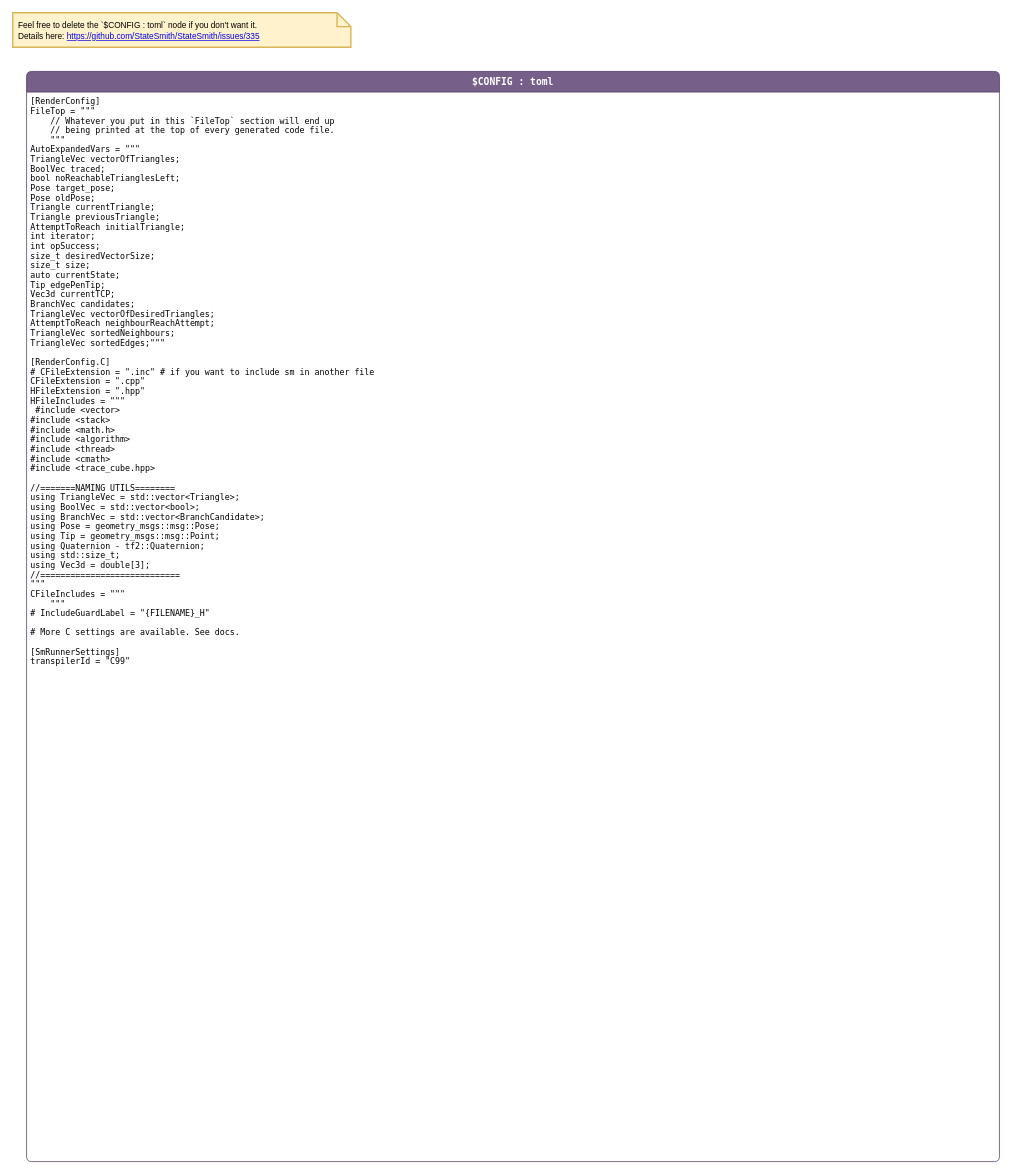
Above: page "config" (2 of 3) of stateMachineIKU/tracingStateMachine.drawio in shauryachanana/ur5e_surface_path (draw.io), before the change. Source tidied: cells renumbered, new cells numbered last; positions are measured from the earlier drawing's top-left corner, leaving out a move shared by most shapes. Both pictures are drawn from the tidied source at 69%, with x=0, y=0 at pixel (12, 12).
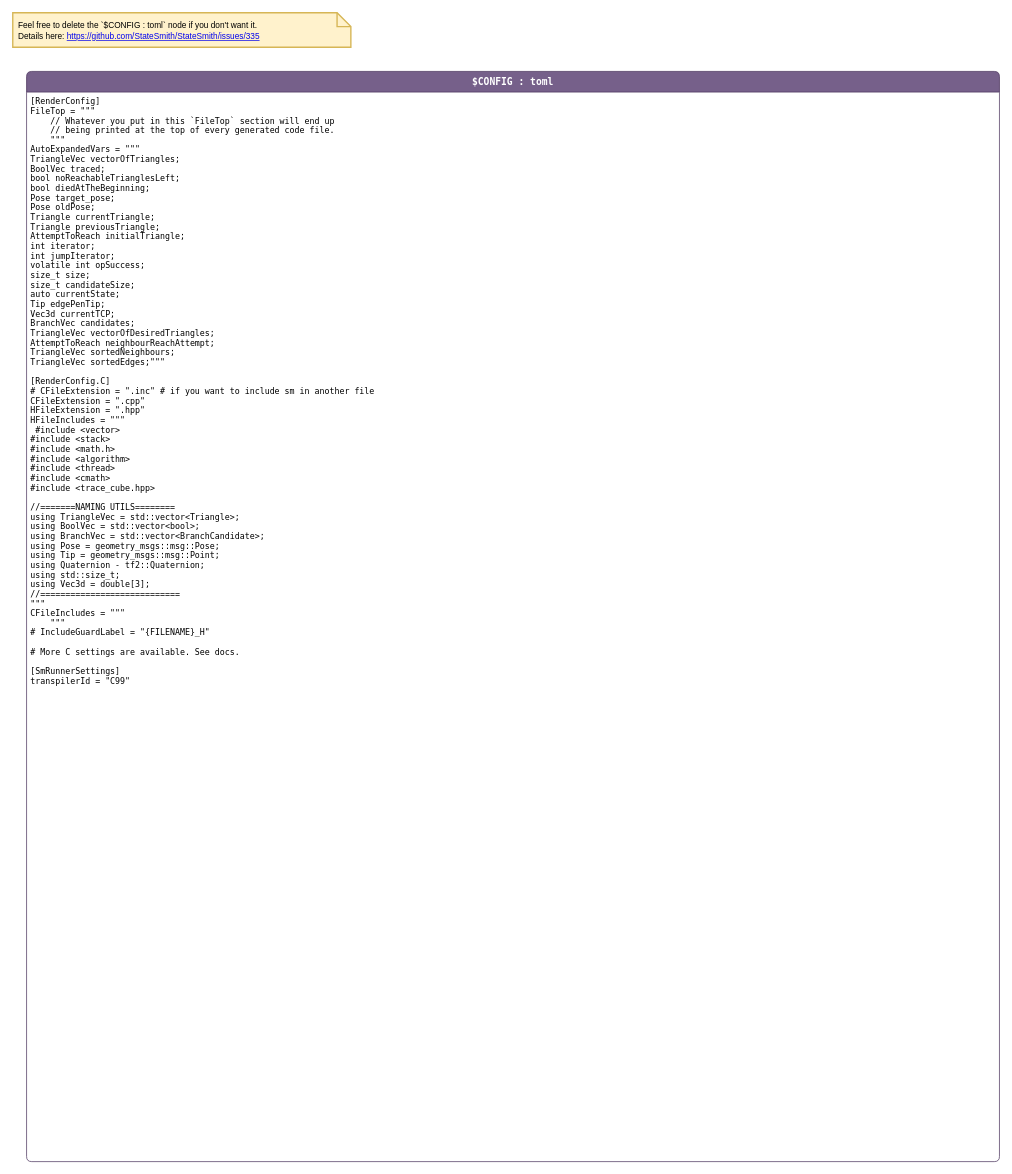
The same diagram, later.

Change to the diagram source:
```diff
@@
 <mxGraphModel>
   <root>
     <mxCell id="0" />
     <mxCell id="1" parent="0" />
     <mxCell id="2" value="$CONFIG : toml" style="shape=swimlane;align=center;verticalAlign=top;fontFamily=Lucida Console;startSize=30;fontSize=14;fontStyle=1;swimlaneFillColor=default;rounded=1;arcSize=15;absoluteArcSize=1;fillColor=#76608a;strokeColor=#432D57;fontColor=#ffffff;" parent="1" vertex="1">
       <mxGeometry x="20" y="85" width="1410" height="1580" as="geometry" />
     </mxCell>
-    <mxCell id="3" value="[RenderConfig]&#10;FileTop = &quot;&quot;&quot;&#10;    // Whatever you put in this `FileTop` section will end up &#10;    // being printed at the top of every generated code file.&#10;    &quot;&quot;&quot;&#10;AutoExpandedVars = &quot;&quot;&quot;&#10;    TriangleVec vectorOfTriangles; &#10;    BoolVec traced; &#10;    bool noReachableTrianglesLeft;&#10;    Pose target_pose; &#10;    Pose oldPose;&#10;    Triangle currentTriangle;&#10;    Triangle previousTriangle;&#10;    AttemptToReach initialTriangle;&#10;    int iterator; &#10;    int opSuccess; &#10;    size_t desiredVectorSize; &#10;    size_t size; &#10;    auto currentState;&#10;    Tip edgePenTip;&#10;    Vec3d currentTCP; &#10;    BranchVec candidates;&#10;    TriangleVec vectorOfDesiredTriangles; &#10;AttemptToReach neighbourReachAttempt;&#10;TriangleVec sortedNeighbours;&#10;TriangleVec sortedEdges;&quot;&quot;&quot;&#10;&#10;[RenderConfig.C]&#10;# CFileExtension = &quot;.inc&quot; # if you want to include sm in another file&#10;CFileExtension = &quot;.cpp&quot;&#10;HFileExtension = &quot;.hpp&quot;&#10;HFileIncludes = &quot;&quot;&quot;&#10; #include &lt;vector&gt;&#10;#include &lt;stack&gt;&#10;#include &lt;math.h&gt;&#10;#include &lt;algorithm&gt;&#10;#include &lt;thread&gt;&#10;#include &lt;cmath&gt;   &#10;#include &lt;trace_cube.hpp&gt;&#10;&#10;//=======NAMING UTILS========&#10;using TriangleVec = std::vector&lt;Triangle&gt;;&#10;using BoolVec = std::vector&lt;bool&gt;;&#10;using BranchVec = std::vector&lt;BranchCandidate&gt;;&#10;using Pose = geometry_msgs::msg::Pose;&#10;using Tip = geometry_msgs::msg::Point;&#10;using Quaternion - tf2::Quaternion;&#10;using std::size_t;&#10;using Vec3d = double[3];&#10;//============================&#10;&quot;&quot;&quot;&#10;CFileIncludes = &quot;&quot;&quot;&#10;    &quot;&quot;&quot;&#10;# IncludeGuardLabel = &quot;{FILENAME}_H&quot;&#10;&#10;# More C settings are available. See docs.&#10;&#10;[SmRunnerSettings]&#10;transpilerId = &quot;C99&quot;" style="fontFamily=Lucida Console;align=left;verticalAlign=top;fillColor=none;gradientColor=none;strokeColor=none;rounded=0;spacingLeft=4;" parent="2" vertex="1">
-      <mxGeometry y="30" width="350" height="860" as="geometry" />
+    <mxCell id="3" value="[RenderConfig]&#10;FileTop = &quot;&quot;&quot;&#10;    // Whatever you put in this `FileTop` section will end up &#10;    // being printed at the top of every generated code file.&#10;    &quot;&quot;&quot;&#10;AutoExpandedVars = &quot;&quot;&quot;&#10;    TriangleVec vectorOfTriangles; &#10;    BoolVec traced; &#10;    bool noReachableTrianglesLeft;&#10;bool diedAtTheBeginning;&#10;    Pose target_pose; &#10;    Pose oldPose;&#10;    Triangle currentTriangle;&#10;    Triangle previousTriangle;&#10;    AttemptToReach initialTriangle;&#10;    int iterator;&#10;int jumpIterator;&#10;volatile int opSuccess;&#10;    size_t size;&#10;size_t candidateSize;&#10;auto currentState;&#10;    Tip edgePenTip;&#10;    Vec3d currentTCP; &#10;    BranchVec candidates;&#10;    TriangleVec vectorOfDesiredTriangles; &#10;AttemptToReach neighbourReachAttempt;&#10;TriangleVec sortedNeighbours;&#10;TriangleVec sortedEdges;&quot;&quot;&quot;&#10;&#10;[RenderConfig.C]&#10;# CFileExtension = &quot;.inc&quot; # if you want to include sm in another file&#10;CFileExtension = &quot;.cpp&quot;&#10;HFileExtension = &quot;.hpp&quot;&#10;HFileIncludes = &quot;&quot;&quot;&#10; #include &lt;vector&gt;&#10;#include &lt;stack&gt;&#10;#include &lt;math.h&gt;&#10;#include &lt;algorithm&gt;&#10;#include &lt;thread&gt;&#10;#include &lt;cmath&gt;   &#10;#include &lt;trace_cube.hpp&gt;&#10;&#10;//=======NAMING UTILS========&#10;using TriangleVec = std::vector&lt;Triangle&gt;;&#10;using BoolVec = std::vector&lt;bool&gt;;&#10;using BranchVec = std::vector&lt;BranchCandidate&gt;;&#10;using Pose = geometry_msgs::msg::Pose;&#10;using Tip = geometry_msgs::msg::Point;&#10;using Quaternion - tf2::Quaternion;&#10;using std::size_t;&#10;using Vec3d = double[3];&#10;//============================&#10;&quot;&quot;&quot;&#10;CFileIncludes = &quot;&quot;&quot;&#10;    &quot;&quot;&quot;&#10;# IncludeGuardLabel = &quot;{FILENAME}_H&quot;&#10;&#10;# More C settings are available. See docs.&#10;&#10;[SmRunnerSettings]&#10;transpilerId = &quot;C99&quot;" style="fontFamily=Lucida Console;align=left;verticalAlign=top;fillColor=none;gradientColor=none;strokeColor=none;rounded=0;spacingLeft=4;" parent="2" vertex="1">
+      <mxGeometry y="30" width="350" height="890" as="geometry" />
     </mxCell>
     <mxCell id="4" value="&lt;span style=&quot;color: rgb(0, 0, 0); font-size: 12px;&quot;&gt;Feel free to delete the `$CONFIG : toml` node if you don't want it.&lt;/span&gt;&lt;br style=&quot;color: rgb(0, 0, 0); font-size: 12px;&quot;&gt;&lt;span style=&quot;color: rgb(0, 0, 0); font-size: 12px;&quot;&gt;Details here:&amp;nbsp;&lt;/span&gt;&lt;a style=&quot;font-size: 12px;&quot; href=&quot;https://github.com/StateSmith/StateSmith/issues/335&quot;&gt;https://github.com/StateSmith/StateSmith/issues/335&lt;/a&gt;" style="shape=note;strokeWidth=2;fontSize=14;size=20;whiteSpace=wrap;html=1;fillColor=#fff2cc;strokeColor=#d6b656;fontColor=#2B2B00;align=left;spacingLeft=6;" parent="1" vertex="1">
       <mxGeometry width="490" height="50" as="geometry" />
     </mxCell>
   </root>
 </mxGraphModel>
```
